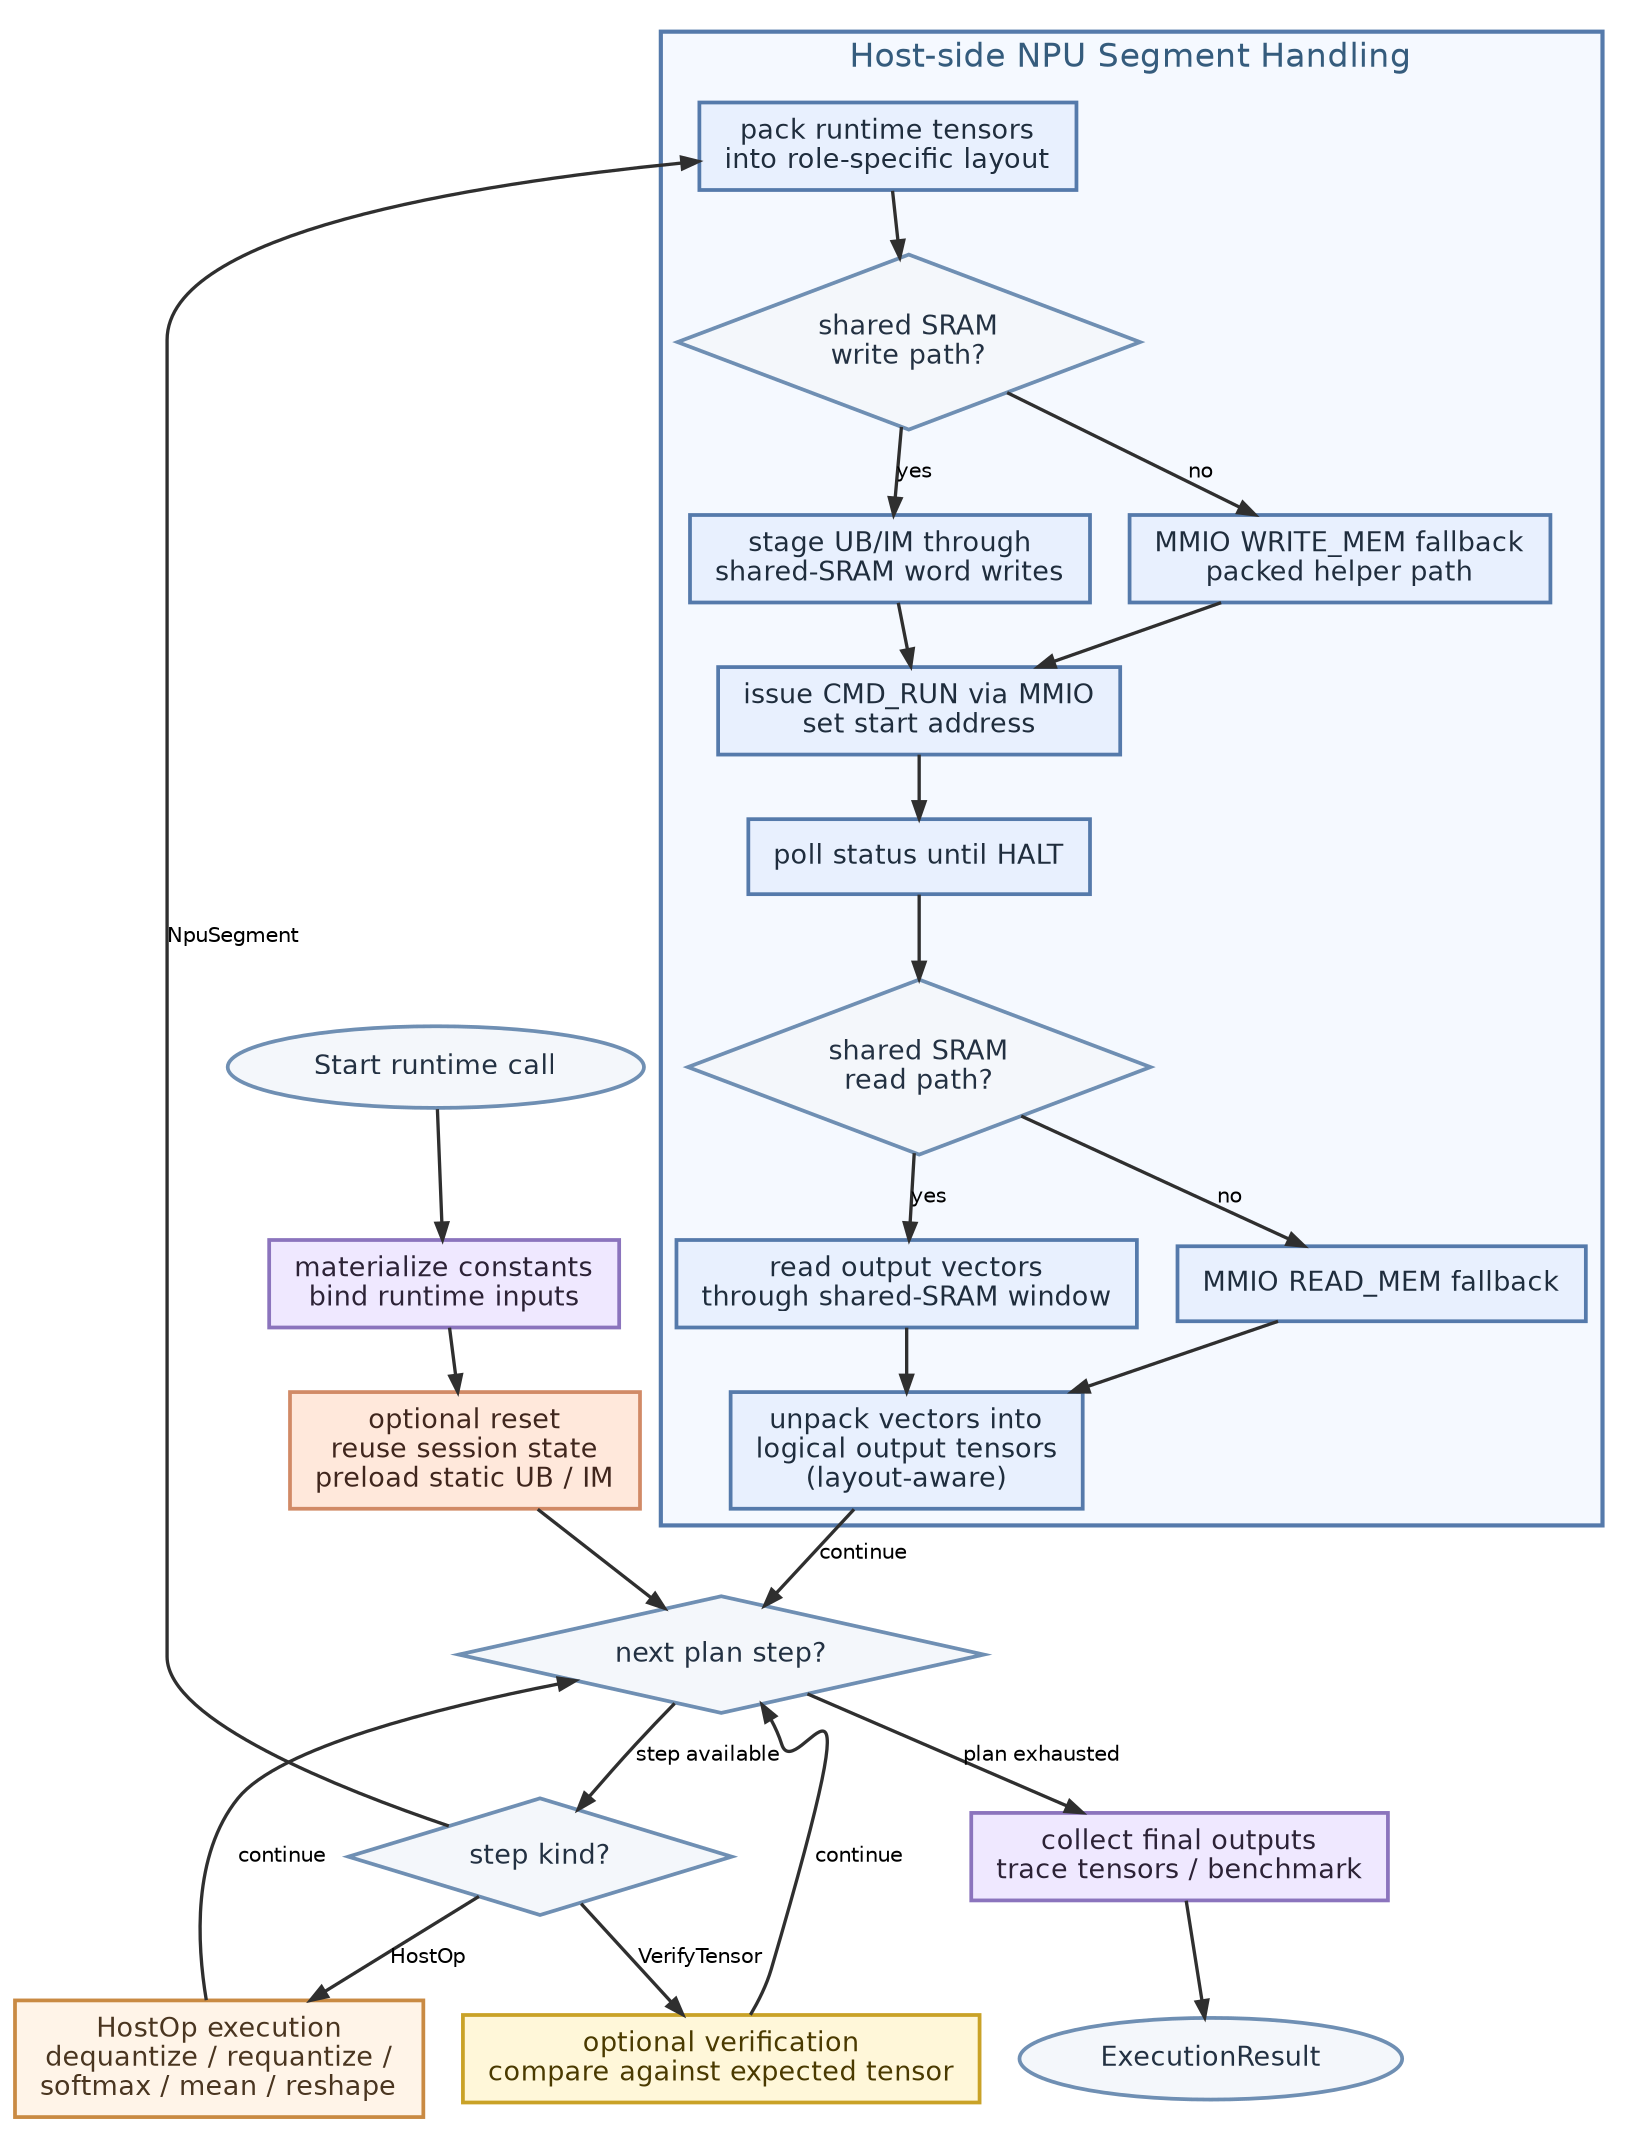
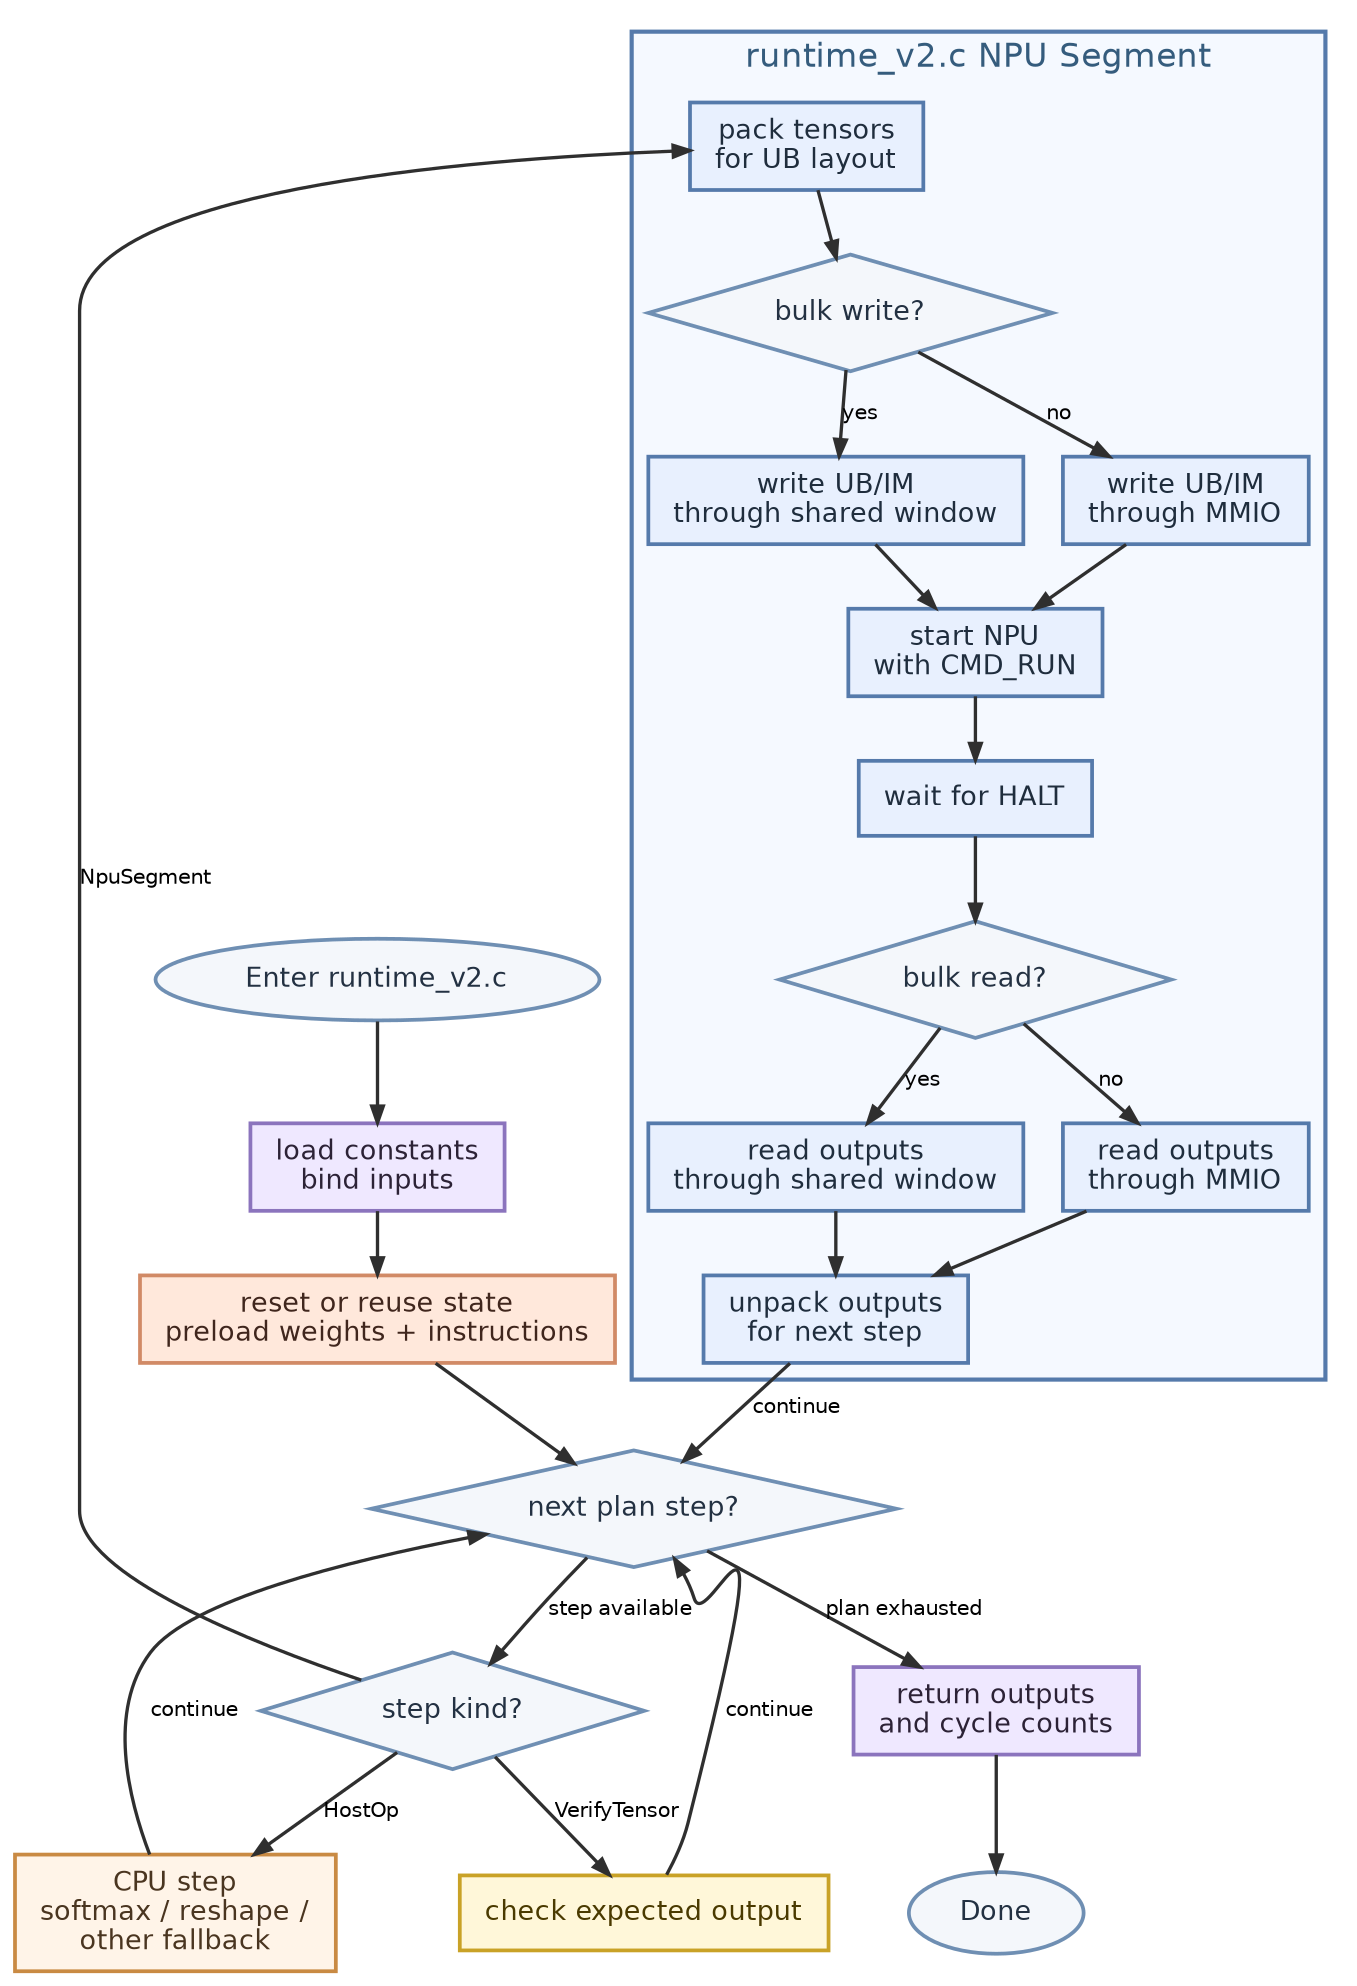
digraph TinyNPURuntimeState {
    graph [
        rankdir=TB,
        splines=true,
        pad=0.10,
        nodesep=0.26,
        ranksep=0.40,
        bgcolor="white",
        fontname="Helvetica",
        fontsize=18
    ];

    node [
        shape=box,
        style="filled",
        fontname="Helvetica",
        fontsize=13,
        penwidth=1.8,
        margin="0.16,0.10"
    ];

    edge [
        fontname="Helvetica",
        fontsize=10,
        color="#2f2f2f",
        penwidth=1.6,
        arrowsize=0.8
    ];

-     Start [shape=ellipse, label="Start runtime call", fillcolor="#F4F7FB", color="#6F8FB3", fontcolor="#233142"];
-     Init [label="materialize constants\nbind runtime inputs", fillcolor="#EFE8FF", color="#8B74BD", fontcolor="#2C2236"];
-     Session [label="optional reset\nreuse session state\npreload static UB / IM", fillcolor="#FFE8DB", color="#D18A66", fontcolor="#40261d"];
+     Start [shape=ellipse, label="Enter runtime_v2.c", fillcolor="#F4F7FB", color="#6F8FB3", fontcolor="#233142"];
+     Init [label="load constants\nbind inputs", fillcolor="#EFE8FF", color="#8B74BD", fontcolor="#2C2236"];
+     Session [label="reset or reuse state\npreload weights + instructions", fillcolor="#FFE8DB", color="#D18A66", fontcolor="#40261d"];
    Dispatch [shape=diamond, label="next plan step?", fillcolor="#F4F7FB", color="#6F8FB3", fontcolor="#233142"];
    Kind [shape=diamond, label="step kind?", fillcolor="#F4F7FB", color="#6F8FB3", fontcolor="#233142"];

    subgraph cluster_npu {
-         label="Host-side NPU Segment Handling";
+         label="runtime_v2.c NPU Segment";
        color="#557AAB";
        penwidth=2.0;
        style="filled";
        fillcolor="#F5F9FF";
        fontcolor="#355C7D";
        fontsize=16;

-         Pack [label="pack runtime tensors\ninto role-specific layout", fillcolor="#E8F0FE", color="#557AAB", fontcolor="#1f2d3d"];
-         WriteSel [shape=diamond, label="shared SRAM\nwrite path?", fillcolor="#F4F7FB", color="#6F8FB3", fontcolor="#233142"];
-         WriteShared [label="stage UB/IM through\nshared-SRAM word writes", fillcolor="#E8F0FE", color="#557AAB", fontcolor="#1f2d3d"];
-         WriteMMIO [label="MMIO WRITE_MEM fallback\npacked helper path", fillcolor="#E8F0FE", color="#557AAB", fontcolor="#1f2d3d"];
-         Launch [label="issue CMD_RUN via MMIO\nset start address", fillcolor="#E8F0FE", color="#557AAB", fontcolor="#1f2d3d"];
-         Wait [label="poll status until HALT", fillcolor="#E8F0FE", color="#557AAB", fontcolor="#1f2d3d"];
-         ReadSel [shape=diamond, label="shared SRAM\nread path?", fillcolor="#F4F7FB", color="#6F8FB3", fontcolor="#233142"];
-         ReadShared [label="read output vectors\nthrough shared-SRAM window", fillcolor="#E8F0FE", color="#557AAB", fontcolor="#1f2d3d"];
-         ReadMMIO [label="MMIO READ_MEM fallback", fillcolor="#E8F0FE", color="#557AAB", fontcolor="#1f2d3d"];
-         Unpack [label="unpack vectors into\nlogical output tensors\n(layout-aware)", fillcolor="#E8F0FE", color="#557AAB", fontcolor="#1f2d3d"];
+         Pack [label="pack tensors\nfor UB layout", fillcolor="#E8F0FE", color="#557AAB", fontcolor="#1f2d3d"];
+         WriteSel [shape=diamond, label="bulk write?", fillcolor="#F4F7FB", color="#6F8FB3", fontcolor="#233142"];
+         WriteShared [label="write UB/IM\nthrough shared window", fillcolor="#E8F0FE", color="#557AAB", fontcolor="#1f2d3d"];
+         WriteMMIO [label="write UB/IM\nthrough MMIO", fillcolor="#E8F0FE", color="#557AAB", fontcolor="#1f2d3d"];
+         Launch [label="start NPU\nwith CMD_RUN", fillcolor="#E8F0FE", color="#557AAB", fontcolor="#1f2d3d"];
+         Wait [label="wait for HALT", fillcolor="#E8F0FE", color="#557AAB", fontcolor="#1f2d3d"];
+         ReadSel [shape=diamond, label="bulk read?", fillcolor="#F4F7FB", color="#6F8FB3", fontcolor="#233142"];
+         ReadShared [label="read outputs\nthrough shared window", fillcolor="#E8F0FE", color="#557AAB", fontcolor="#1f2d3d"];
+         ReadMMIO [label="read outputs\nthrough MMIO", fillcolor="#E8F0FE", color="#557AAB", fontcolor="#1f2d3d"];
+         Unpack [label="unpack outputs\nfor next step", fillcolor="#E8F0FE", color="#557AAB", fontcolor="#1f2d3d"];
    }

-     HostOp [label="HostOp execution\ndequantize / requantize /\nsoftmax / mean / reshape", fillcolor="#FFF4E8", color="#C98A43", fontcolor="#4A3520"];
-     Verify [label="optional verification\ncompare against expected tensor", fillcolor="#FFF7D9", color="#C9A227", fontcolor="#4A3A00"];
-     Finalize [label="collect final outputs\ntrace tensors / benchmark", fillcolor="#EFE8FF", color="#8B74BD", fontcolor="#2C2236"];
-     Done [shape=ellipse, label="ExecutionResult", fillcolor="#F4F7FB", color="#6F8FB3", fontcolor="#233142"];
+     HostOp [label="CPU step\nsoftmax / reshape /\nother fallback", fillcolor="#FFF4E8", color="#C98A43", fontcolor="#4A3520"];
+     Verify [label="check expected output", fillcolor="#FFF7D9", color="#C9A227", fontcolor="#4A3A00"];
+     Finalize [label="return outputs\nand cycle counts", fillcolor="#EFE8FF", color="#8B74BD", fontcolor="#2C2236"];
+     Done [shape=ellipse, label="Done", fillcolor="#F4F7FB", color="#6F8FB3", fontcolor="#233142"];

    { rank=same; HostOp; Verify; }

    Start -> Init;
    Init -> Session;
    Session -> Dispatch;
    Dispatch -> Finalize [label="plan exhausted"];
    Dispatch -> Kind [label="step available"];

    Kind -> Pack [label="NpuSegment"];
    Kind -> HostOp [label="HostOp"];
    Kind -> Verify [label="VerifyTensor"];

    Pack -> WriteSel;
    WriteSel -> WriteShared [label="yes"];
    WriteSel -> WriteMMIO [label="no"];
    WriteShared -> Launch;
    WriteMMIO -> Launch;
    Launch -> Wait -> ReadSel;
    ReadSel -> ReadShared [label="yes"];
    ReadSel -> ReadMMIO [label="no"];
    ReadShared -> Unpack;
    ReadMMIO -> Unpack;
    Unpack -> Dispatch [label="continue"];
    HostOp -> Dispatch [label="continue"];
    Verify -> Dispatch [label="continue"];
    Finalize -> Done;
}
